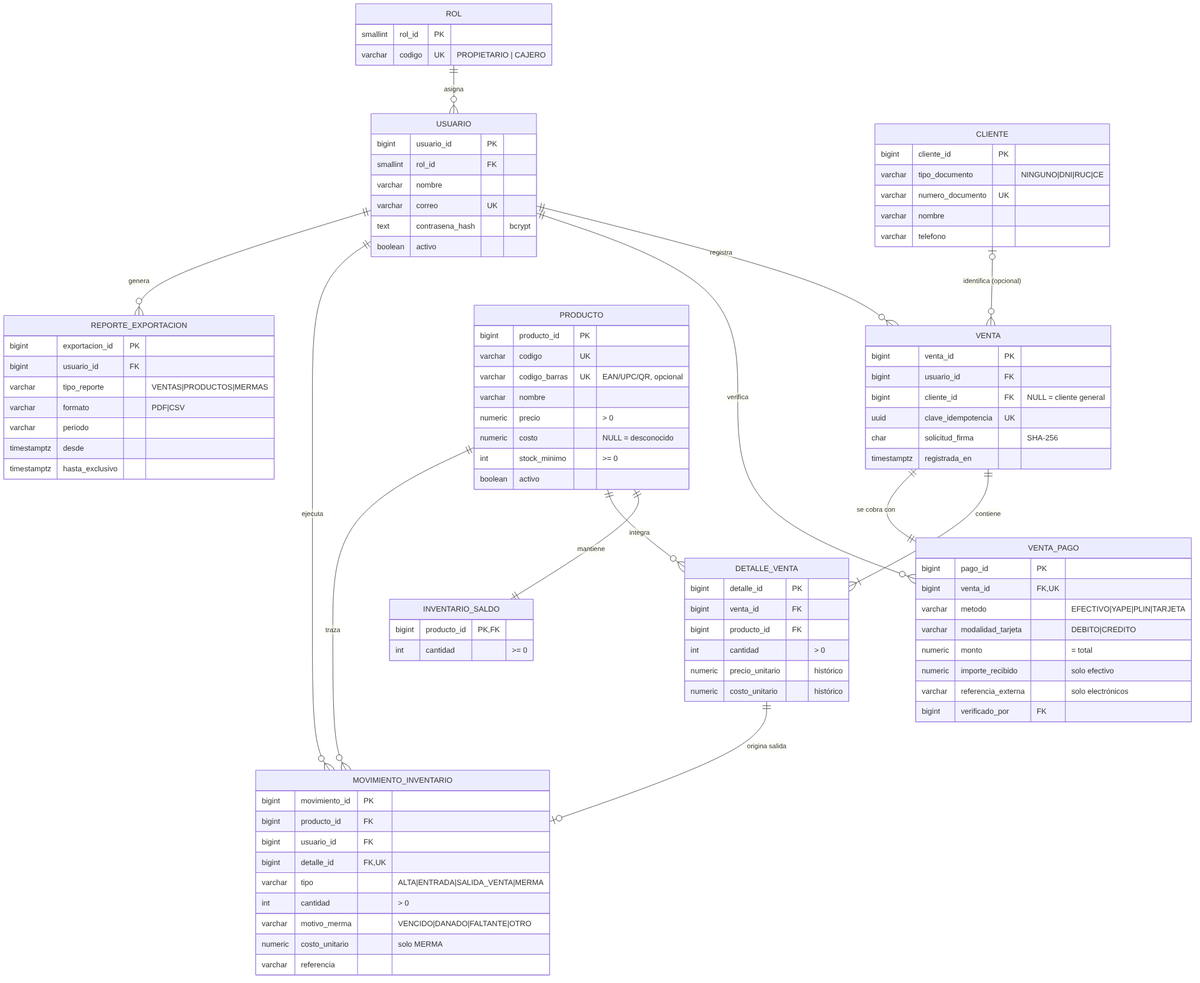
Before: base-datos/04_modelo_er.png, a diagram exported from Mermaid (cadionicio/bodegacontrol). Its source is kept beside it as base-datos/04_modelo_er.mmd.
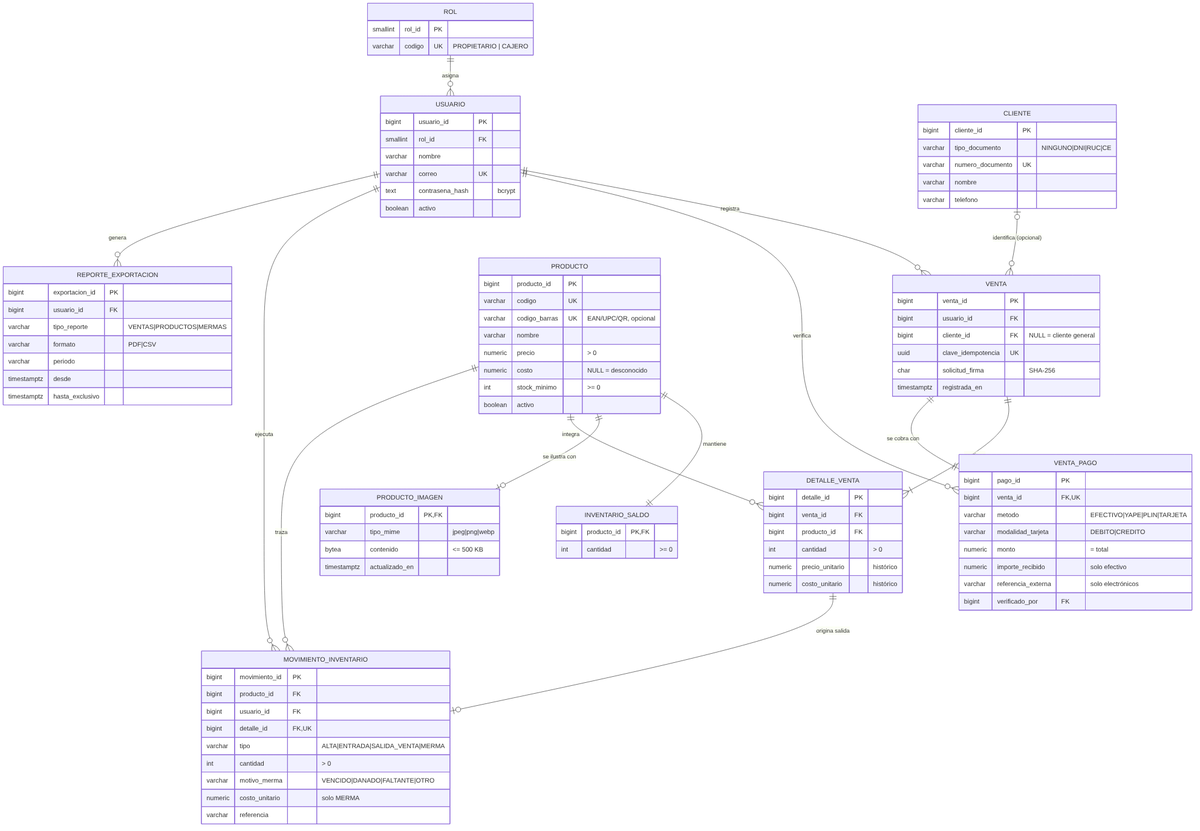
The same diagram one commit later.

Diff of the diagram source:
```diff
@@ -6,6 +6,7 @@
     USUARIO ||--o{ REPORTE_EXPORTACION : genera
     CLIENTE |o--o{ VENTA : "identifica (opcional)"
     PRODUCTO ||--|| INVENTARIO_SALDO : mantiene
+    PRODUCTO ||--o| PRODUCTO_IMAGEN : "se ilustra con"
     PRODUCTO ||--o{ DETALLE_VENTA : integra
     PRODUCTO ||--o{ MOVIMIENTO_INVENTARIO : traza
     VENTA ||--|{ DETALLE_VENTA : contiene
@@ -29,6 +30,10 @@
           boolean activo }
     INVENTARIO_SALDO { bigint producto_id PK, FK
           int cantidad ">= 0" }
+    PRODUCTO_IMAGEN { bigint producto_id PK, FK
+          varchar tipo_mime "jpeg|png|webp"
+          bytea contenido "<= 500 KB"
+          timestamptz actualizado_en }
     CLIENTE { bigint cliente_id PK
           varchar tipo_documento "NINGUNO|DNI|RUC|CE"
           varchar numero_documento UK
```
